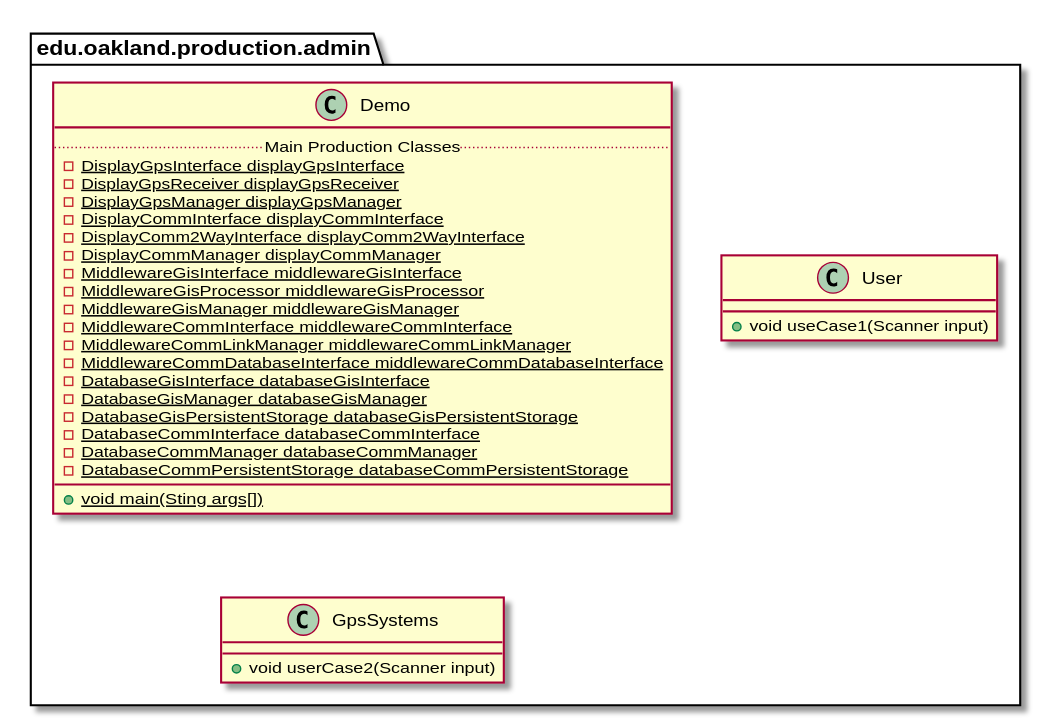
This is docs/uml-class-diagrams/admin/production/AdminProductionPackage.svg from andrewdimmer/csi-3370-software-project, a PlantUML export, as it was before one commit.
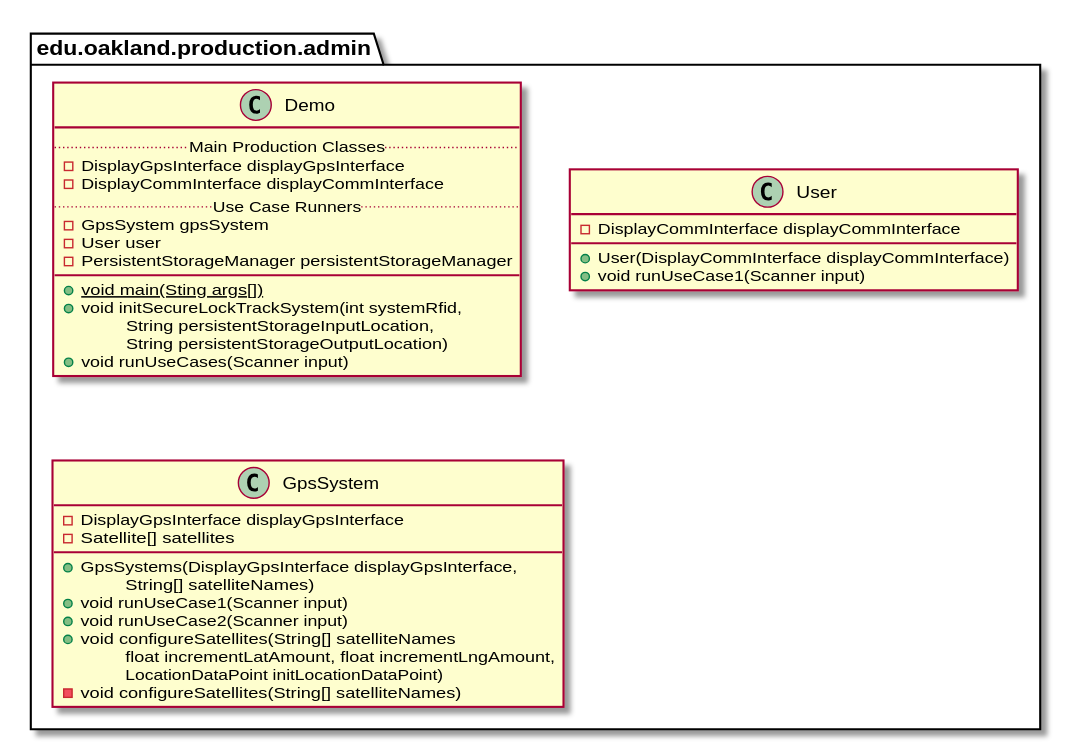
After the commit.

Change to the diagram source:
```diff
@@ -8,40 +8,44 @@
 package edu.oakland.production.admin {
     class Demo {
         .. Main Production Classes ..
-        {static} - DisplayGpsInterface displayGpsInterface
-        {static} - DisplayGpsReceiver displayGpsReceiver
-        {static} - DisplayGpsManager displayGpsManager
-        {static} - DisplayCommInterface displayCommInterface
-        {static} - DisplayComm2WayInterface displayComm2WayInterface
-        {static} - DisplayCommManager displayCommManager
-        {static} - MiddlewareGisInterface middlewareGisInterface
-        {static} - MiddlewareGisProcessor middlewareGisProcessor
-        {static} - MiddlewareGisManager middlewareGisManager
-        {static} - MiddlewareCommInterface middlewareCommInterface
-        {static} - MiddlewareCommLinkManager middlewareCommLinkManager
-        {static} - MiddlewareCommDatabaseInterface middlewareCommDatabaseInterface
-        {static} - DatabaseGisInterface databaseGisInterface
-        {static} - DatabaseGisManager databaseGisManager
-        {static} - DatabaseGisPersistentStorage databaseGisPersistentStorage
-        {static} - DatabaseCommInterface databaseCommInterface
-        {static} - DatabaseCommManager databaseCommManager
-        {static} - DatabaseCommPersistentStorage databaseCommPersistentStorage
+        - DisplayGpsInterface displayGpsInterface
+        - DisplayCommInterface displayCommInterface
+        .. Use Case Runners ..
+        - GpsSystem gpsSystem
+        - User user
+        - PersistentStorageManager persistentStorageManager
         __
         {static} + void main(Sting args[])
+        + void initSecureLockTrackSystem(int systemRfid,
+        \tString persistentStorageInputLocation,
+        \tString persistentStorageOutputLocation)
+        + void runUseCases(Scanner input)
     }
 }
 
 
 package edu.oakland.production.admin {
     class User {
-        + void useCase1(Scanner input)
+        - DisplayCommInterface displayCommInterface
+        + User(DisplayCommInterface displayCommInterface)
+        + void runUseCase1(Scanner input)
     }
 }
 
 
 package edu.oakland.production.admin {
-    class GpsSystems {
-        + void userCase2(Scanner input)
+    class GpsSystem {
+        - DisplayGpsInterface displayGpsInterface
+        - Satellite[] satellites
+        __
+        + GpsSystems(DisplayGpsInterface displayGpsInterface,
+        \tString[] satelliteNames)
+        + void runUseCase1(Scanner input)
+        + void runUseCase2(Scanner input)
+        + void configureSatellites(String[] satelliteNames
+        \tfloat incrementLatAmount, float incrementLngAmount,
+        \tLocationDataPoint initLocationDataPoint)
+        - void configureSatellites(String[] satelliteNames)
     }
 }
 
```
